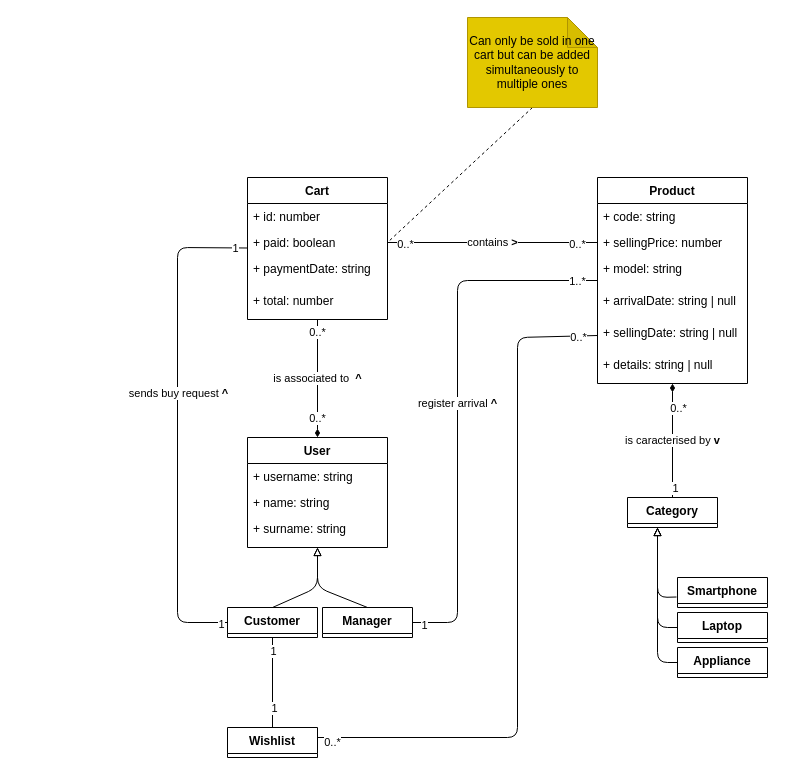
This is page "V2" (2 of 2) of figures/glossary.drawio from eduardz1/EZElectronics, a draw.io file, before an edit. Source tidied: cells renumbered, new cells numbered last; positions are measured from the earlier drawing's top-left corner, leaving out a move shared by most shapes. Both pictures are drawn from the tidied source at 100%, with x=0, y=0 at pixel (177, 17).
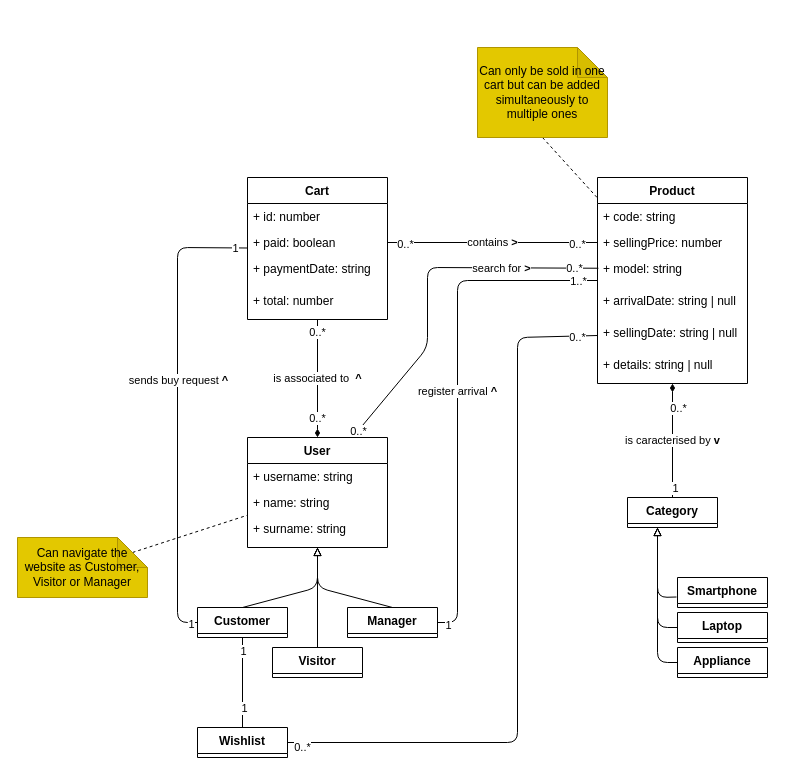
After the change.

The change refers to these unchanged cells:
```xml
<mxCell id="5" value="User" style="swimlane;fontStyle=1;horizontal=1;startSize=26;fillColor=none;" parent="1" vertex="1">
  <mxGeometry x="70" y="420" width="140" height="110" as="geometry" />
</mxCell>
<mxCell id="8" value="+ surname: string" style="text;strokeColor=none;fillColor=none;align=left;verticalAlign=top;spacingLeft=4;spacingRight=4;overflow=hidden;points=[[0,0.5],[1,0.5]];portConstraint=eastwest;" parent="5" vertex="1">
  <mxGeometry y="78" width="140" height="32" as="geometry" />
</mxCell>
<mxCell id="25" value="+ paid: boolean" style="text;strokeColor=none;fillColor=none;align=left;verticalAlign=top;spacingLeft=4;spacingRight=4;overflow=hidden;points=[[0,0.5],[1,0.5]];portConstraint=eastwest;" parent="23" vertex="1">
  <mxGeometry y="52" width="140" height="26" as="geometry" />
</mxCell>
<mxCell id="28" value="Product" style="swimlane;fontStyle=1;horizontal=1;startSize=26;fillColor=none;" parent="1" vertex="1">
  <mxGeometry x="420" y="160" width="150" height="206" as="geometry" />
</mxCell>
<mxCell id="31" value="+ model: string" style="text;strokeColor=none;fillColor=none;align=left;verticalAlign=top;spacingLeft=4;spacingRight=4;overflow=hidden;points=[[0,0.5],[1,0.5]];portConstraint=eastwest;" parent="28" vertex="1">
  <mxGeometry y="78" width="150" height="32" as="geometry" />
</mxCell>
<mxCell id="33" value="+ sellingDate: string | null" style="text;strokeColor=none;fillColor=none;align=left;verticalAlign=top;spacingLeft=4;spacingRight=4;overflow=hidden;points=[[0,0.5],[1,0.5]];portConstraint=eastwest;" parent="28" vertex="1">
  <mxGeometry y="142" width="150" height="32" as="geometry" />
</mxCell>
```

What changed in the source:
```diff
@@
+    <mxCell id="54" style="edgeStyle=none;html=1;exitX=0.75;exitY=0;exitDx=0;exitDy=0;endArrow=none;endFill=0;entryX=0.006;entryY=0.398;entryDx=0;entryDy=0;entryPerimeter=0;" parent="1" edge="1" source="5" target="31">
+      <mxGeometry relative="1" as="geometry">
+        <Array as="points">
+          <mxPoint x="250" y="330" />
+          <mxPoint x="250" y="250" />
+        </Array>
+      </mxGeometry>
+    </mxCell>
+    <mxCell id="55" value="search for &lt;b&gt;&amp;gt;&lt;/b&gt;" style="edgeLabel;html=1;align=center;verticalAlign=middle;" parent="54" vertex="1">
+      <mxGeometry x="0.47" relative="1" as="geometry" />
+    </mxCell>
+    <mxCell id="56" value="0..*" style="edgeLabel;html=1;align=center;verticalAlign=middle;" parent="54" vertex="1">
+      <mxGeometry x="0.87" relative="1" as="geometry" />
+    </mxCell>
+    <mxCell id="57" value="0..*" style="edgeLabel;html=1;align=center;verticalAlign=middle;" parent="54" vertex="1">
+      <mxGeometry x="-0.95" relative="1" as="geometry" />
+    </mxCell>
@@
     <mxCell id="17" value="Customer" style="swimlane;fontStyle=1;horizontal=1;startSize=26;fillColor=none;" parent="1" vertex="1">
-      <mxGeometry x="50" y="590" width="90" height="30" as="geometry" />
+      <mxGeometry x="20" y="590" width="90" height="30" as="geometry" />
     </mxCell>
@@
     <mxCell id="22" value="Manager" style="swimlane;fontStyle=1;horizontal=1;startSize=26;fillColor=none;" parent="1" vertex="1">
-      <mxGeometry x="145" y="590" width="90" height="30" as="geometry" />
+      <mxGeometry x="170" y="590" width="90" height="30" as="geometry" />
     </mxCell>
@@
-    <mxCell id="48" style="edgeStyle=none;html=1;exitX=0.5;exitY=1;exitDx=0;exitDy=0;exitPerimeter=0;entryX=1;entryY=0.5;entryDx=0;entryDy=0;endArrow=none;endFill=0;dashed=1;" parent="1" edge="1" source="49" target="25">
+    <mxCell id="48" style="edgeStyle=none;html=1;exitX=0.5;exitY=1;exitDx=0;exitDy=0;exitPerimeter=0;endArrow=none;endFill=0;dashed=1;" parent="1" edge="1" source="49" target="28">
       <mxGeometry relative="1" as="geometry" />
     </mxCell>
     <mxCell id="49" value="Can only be sold in one cart but can be added simultaneously to multiple ones" style="shape=note;whiteSpace=wrap;html=1;backgroundOutline=1;darkOpacity=0.05;fillColor=#e3c800;strokeColor=#B09500;fontColor=#000000;" parent="1" vertex="1">
-      <mxGeometry x="290" width="130" height="90" as="geometry" />
+      <mxGeometry x="300" y="30" width="130" height="90" as="geometry" />
     </mxCell>
-    <mxCell id="50" style="edgeStyle=none;html=1;entryX=0;entryY=0.5;entryDx=0;entryDy=0;endArrow=none;endFill=0;" parent="1" edge="1" target="33">
+    <mxCell id="50" style="edgeStyle=none;html=1;entryX=0;entryY=0.5;entryDx=0;entryDy=0;endArrow=none;endFill=0;exitX=1;exitY=0.5;exitDx=0;exitDy=0;" parent="1" edge="1" source="53" target="33">
       <mxGeometry relative="1" as="geometry">
-        <mxPoint x="140" y="720" as="sourcePoint" />
         <Array as="points">
-          <mxPoint x="340" y="720" />
+          <mxPoint x="340" y="725" />
           <mxPoint x="340" y="320" />
         </Array>
       </mxGeometry>
     </mxCell>
@@
     <mxCell id="53" value="Wishlist" style="swimlane;fontStyle=1;horizontal=1;startSize=26;fillColor=none;" parent="1" vertex="1">
-      <mxGeometry x="50" y="710" width="90" height="30" as="geometry" />
+      <mxGeometry x="20" y="710" width="90" height="30" as="geometry" />
     </mxCell>
+    <mxCell id="58" style="edgeStyle=none;html=1;exitX=0;exitY=0;exitDx=115;exitDy=15;exitPerimeter=0;endArrow=none;endFill=0;dashed=1;" parent="1" edge="1" source="59">
+      <mxGeometry relative="1" as="geometry">
+        <mxPoint x="70" y="497.7" as="targetPoint" />
+      </mxGeometry>
+    </mxCell>
+    <mxCell id="59" value="Can navigate the website as Customer, Visitor or Manager" style="shape=note;whiteSpace=wrap;html=1;backgroundOutline=1;darkOpacity=0.05;fillColor=#e3c800;strokeColor=#B09500;fontColor=#000000;" parent="1" vertex="1">
+      <mxGeometry x="-160" y="520" width="130" height="60" as="geometry" />
+    </mxCell>
+    <mxCell id="60" style="edgeStyle=none;html=1;exitX=0.5;exitY=0;exitDx=0;exitDy=0;entryX=0.5;entryY=0.995;entryDx=0;entryDy=0;entryPerimeter=0;endArrow=block;endFill=0;" parent="1" edge="1" source="61" target="8">
+      <mxGeometry relative="1" as="geometry" />
+    </mxCell>
+    <mxCell id="61" value="Visitor" style="swimlane;fontStyle=1;horizontal=1;startSize=26;fillColor=none;" parent="1" vertex="1">
+      <mxGeometry x="95" y="630" width="90" height="30" as="geometry" />
+    </mxCell>
```
